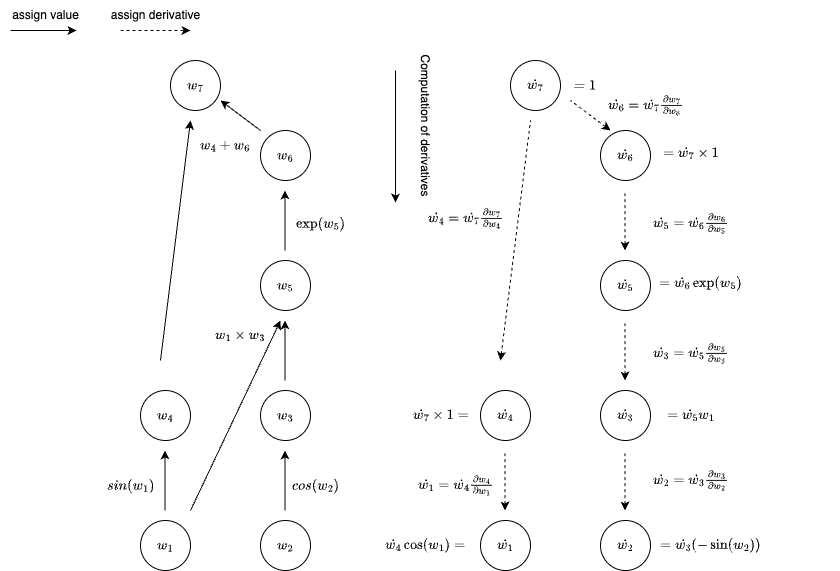
levi0206/lerblog2 keeps this draw.io diagram as static/autodiff/reverse.png. Above is the earlier version. Source tidied: cells renumbered, new cells last; positions are measured from the earlier drawing's top-left corner, leaving out a move shared by most shapes.
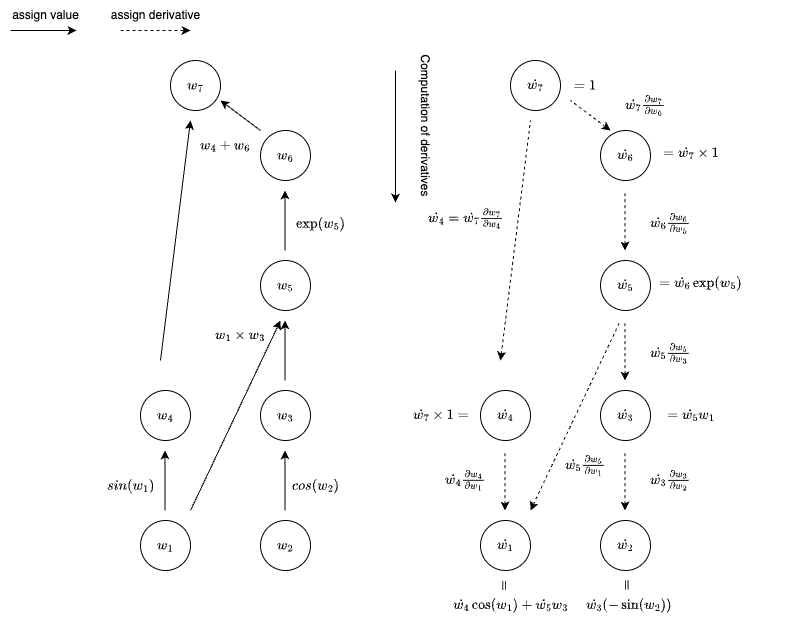
After the change.

Change to the diagram source:
```diff
@@ -104,11 +104,11 @@
         <mxPoint x="504.5" y="450" as="targetPoint" />
       </mxGeometry>
     </mxCell>
-    <mxCell id="27" value="\(\dot{w_2}=\dot{w_3}\frac{\partial w_3}{\partial w_2}&lt;br&gt;\)" style="text;html=1;align=center;verticalAlign=middle;strokeColor=none;fillColor=none;" parent="1" vertex="1">
-      <mxGeometry x="540" y="460" width="300" height="40" as="geometry" />
+    <mxCell id="27" value="\(\dot{w_3}\frac{\partial w_3}{\partial w_2}&lt;br&gt;\)" style="text;html=1;align=center;verticalAlign=middle;strokeColor=none;fillColor=none;" parent="1" vertex="1">
+      <mxGeometry x="550" y="460" width="240" height="40" as="geometry" />
     </mxCell>
-    <mxCell id="28" value="\(\dot{w_1}=\dot{w_4}\frac{\partial w_4}{\partial w_1}\)" style="text;html=1;align=center;verticalAlign=middle;strokeColor=none;fillColor=none;" parent="1" vertex="1">
-      <mxGeometry x="300" y="470" width="310" height="30" as="geometry" />
+    <mxCell id="28" value="\(\dot{w_4}\frac{\partial w_4}{\partial w_1}\)" style="text;html=1;align=center;verticalAlign=middle;strokeColor=none;fillColor=none;" parent="1" vertex="1">
+      <mxGeometry x="340" y="465" width="250" height="30" as="geometry" />
     </mxCell>
     <mxCell id="29" value="\(\dot{w_5}\)" style="ellipse;whiteSpace=wrap;html=1;" parent="1" vertex="1">
       <mxGeometry x="600" y="260" width="50" height="50" as="geometry" />
@@ -161,17 +161,14 @@
     <mxCell id="39" value="\(=\dot{w_5}w_1\)" style="text;html=1;align=center;verticalAlign=middle;strokeColor=none;fillColor=none;" parent="1" vertex="1">
       <mxGeometry x="630" y="400" width="120" height="30" as="geometry" />
     </mxCell>
-    <mxCell id="40" value="\(\dot{w_4}\cos(w_1)=\)" style="text;html=1;align=center;verticalAlign=middle;strokeColor=none;fillColor=none;" parent="1" vertex="1">
-      <mxGeometry x="350" y="530" width="150" height="30" as="geometry" />
-    </mxCell>
     <mxCell id="41" value="\(\dot{w_7}\times 1=\)" style="text;html=1;align=center;verticalAlign=middle;strokeColor=none;fillColor=none;" parent="1" vertex="1">
       <mxGeometry x="370" y="400" width="140" height="30" as="geometry" />
     </mxCell>
-    <mxCell id="42" value="\(\dot{w_5}=\dot{w_6}\frac{\partial w_6}{\partial w_5}&lt;br&gt;\)" style="text;html=1;align=center;verticalAlign=middle;strokeColor=none;fillColor=none;" parent="1" vertex="1">
-      <mxGeometry x="540" y="203" width="300" height="40" as="geometry" />
+    <mxCell id="42" value="\(\dot{w_6}\frac{\partial w_6}{\partial w_5}&lt;br&gt;\)" style="text;html=1;align=center;verticalAlign=middle;strokeColor=none;fillColor=none;" parent="1" vertex="1">
+      <mxGeometry x="550" y="203" width="240" height="40" as="geometry" />
     </mxCell>
-    <mxCell id="43" value="\(\dot{w_6}=\dot{w_7}\frac{\partial w_7}{\partial w_6}\)" style="text;html=1;align=center;verticalAlign=middle;strokeColor=none;fillColor=none;" parent="1" vertex="1">
-      <mxGeometry x="490" y="90" width="310" height="30" as="geometry" />
+    <mxCell id="43" value="\(\dot{w_7}\frac{\partial w_7}{\partial w_6}\)" style="text;html=1;align=center;verticalAlign=middle;strokeColor=none;fillColor=none;" parent="1" vertex="1">
+      <mxGeometry x="520" y="90" width="250" height="30" as="geometry" />
     </mxCell>
     <mxCell id="44" value="assign derivative" style="text;html=1;align=center;verticalAlign=middle;strokeColor=none;fillColor=none;" parent="1" vertex="1">
       <mxGeometry x="100" width="110" height="30" as="geometry" />
@@ -194,14 +191,32 @@
     <mxCell id="49" value="\(=\dot{w_6}\exp(w_5)&lt;br&gt;\)" style="text;html=1;align=center;verticalAlign=middle;strokeColor=none;fillColor=none;" parent="1" vertex="1">
       <mxGeometry x="630" y="263" width="140" height="40" as="geometry" />
     </mxCell>
-    <mxCell id="50" value="\(\dot{w_3}=\dot{w_5}\frac{\partial w_5}{\partial w_3}&lt;br&gt;\)" style="text;html=1;align=center;verticalAlign=middle;strokeColor=none;fillColor=none;" parent="1" vertex="1">
-      <mxGeometry x="540" y="333" width="300" height="40" as="geometry" />
+    <mxCell id="50" value="\(\dot{w_5}\frac{\partial w_5}{\partial w_3}&lt;br&gt;\)" style="text;html=1;align=center;verticalAlign=middle;strokeColor=none;fillColor=none;" parent="1" vertex="1">
+      <mxGeometry x="550" y="333" width="240" height="40" as="geometry" />
     </mxCell>
-    <mxCell id="51" value="\(=\dot{w_3}(-\sin(w_2))\)" style="text;html=1;align=center;verticalAlign=middle;strokeColor=none;fillColor=none;" parent="1" vertex="1">
-      <mxGeometry x="630" y="530" width="160" height="30" as="geometry" />
+    <mxCell id="51" value="\(\dot{w_3}(-\sin(w_2))\)" style="text;html=1;align=center;verticalAlign=middle;strokeColor=none;fillColor=none;" parent="1" vertex="1">
+      <mxGeometry x="552.5" y="590" width="150" height="30" as="geometry" />
     </mxCell>
     <mxCell id="52" value="\(\dot{w_4}=\dot{w_7}\frac{\partial w_7}{\partial w_4}\)" style="text;html=1;align=center;verticalAlign=middle;strokeColor=none;fillColor=none;" parent="1" vertex="1">
       <mxGeometry x="310" y="203" width="310" height="30" as="geometry" />
     </mxCell>
+    <mxCell id="53" style="endArrow=none;html=1;rounded=0;dashed=1;startArrow=classic;startFill=1;endFill=0;" parent="1" edge="1">
+      <mxGeometry relative="1" as="geometry">
+        <mxPoint x="530" y="510" as="sourcePoint" />
+        <mxPoint x="620" y="320" as="targetPoint" />
+      </mxGeometry>
+    </mxCell>
+    <mxCell id="54" value="\(\dot{w_5}\frac{\partial w_5}{\partial w_1}\)" style="text;html=1;align=center;verticalAlign=middle;strokeColor=none;fillColor=none;" parent="1" vertex="1">
+      <mxGeometry x="460" y="450" width="250" height="30" as="geometry" />
+    </mxCell>
+    <mxCell id="55" value="\(=\)" style="text;html=1;strokeColor=none;fillColor=none;align=center;verticalAlign=middle;whiteSpace=wrap;rounded=0;rotation=90;" parent="1" vertex="1">
+      <mxGeometry x="482.5" y="570" width="45" height="30" as="geometry" />
+    </mxCell>
+    <mxCell id="56" value="\(\dot{w_4}\cos(w_1)+\dot{w_5}w_3\)" style="text;html=1;align=center;verticalAlign=middle;strokeColor=none;fillColor=none;" parent="1" vertex="1">
+      <mxGeometry x="400" y="590" width="220" height="30" as="geometry" />
+    </mxCell>
+    <mxCell id="57" value="\(=\)" style="text;html=1;strokeColor=none;fillColor=none;align=center;verticalAlign=middle;whiteSpace=wrap;rounded=0;rotation=90;" parent="1" vertex="1">
+      <mxGeometry x="605" y="570" width="45" height="30" as="geometry" />
+    </mxCell>
   </root>
 </mxGraphModel>
```
